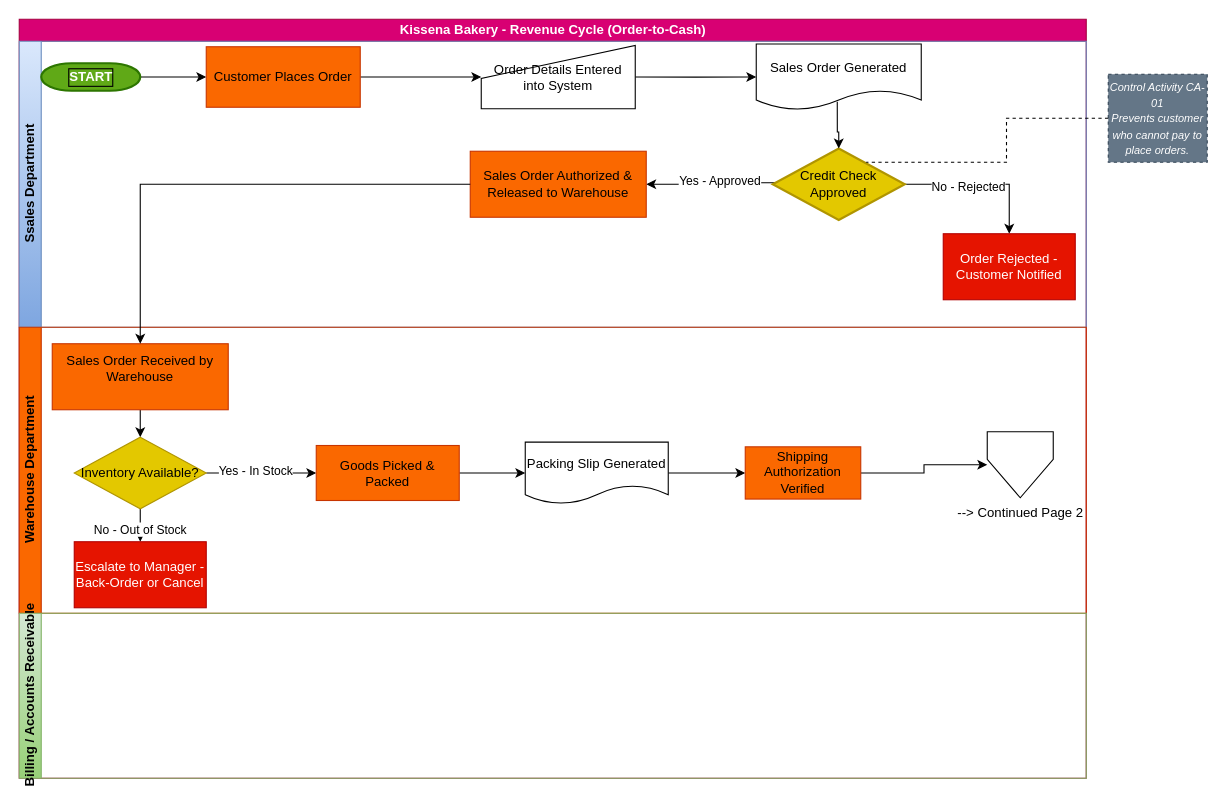
This is page "Page-1" (1 of 2) of Revenue_Cycle_Control.drawio from callefrankie227-beep/drawio, a draw.io file, before an edit. Source tidied: cells renumbered, new cells numbered last; positions are measured from the earlier drawing's top-left corner, leaving out a move shared by most shapes. Both pictures are drawn from the tidied source at 110%, with x=0, y=0 at pixel (19, 19).
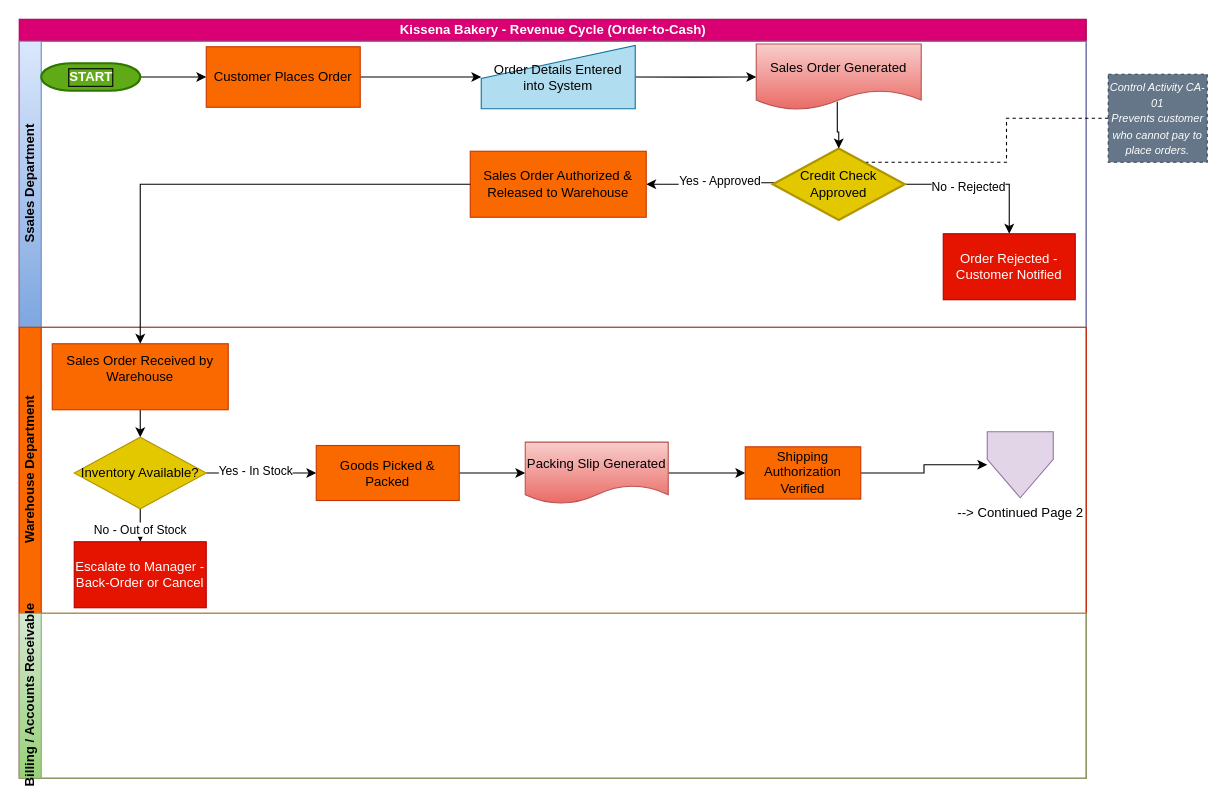
The same page after the edit.

Unchanged cells that the change refers to:
```xml
<mxCell id="3" value="Ssales Department" style="swimlane;startSize=20;horizontal=0;html=1;fillColor=#dae8fc;gradientColor=#7ea6e0;strokeColor=#6c8ebf;labelBorderColor=none;" parent="2" vertex="1">
  <mxGeometry y="20" width="970" height="260" as="geometry" />
</mxCell>
<mxCell id="19" value="Warehouse Department" style="swimlane;startSize=20;horizontal=0;html=1;fillColor=#fa6800;strokeColor=#C73500;fontColor=#000000;" parent="2" vertex="1">
  <mxGeometry y="280" width="970" height="260" as="geometry" />
</mxCell>
```

Diff of the diagram source:
```diff
@@
-    <mxCell id="8" value="Sales Order Generated" style="shape=document;whiteSpace=wrap;html=1;boundedLbl=1;" parent="3" vertex="1">
+    <mxCell id="8" value="Sales Order Generated" style="shape=document;whiteSpace=wrap;html=1;boundedLbl=1;fillColor=#f8cecc;strokeColor=#b85450;gradientColor=#ea6b66;" parent="3" vertex="1">
       <mxGeometry x="670" y="2.5" width="150" height="60" as="geometry" />
     </mxCell>
@@
-    <mxCell id="17" value="Order Details Entered into System" style="shape=manualInput;whiteSpace=wrap;html=1;" parent="3" vertex="1">
+    <mxCell id="17" value="Order Details Entered into System" style="shape=manualInput;whiteSpace=wrap;html=1;fillColor=#b1ddf0;strokeColor=#10739e;" parent="3" vertex="1">
       <mxGeometry x="420" y="3.8" width="140" height="57.5" as="geometry" />
     </mxCell>
@@
-    <mxCell id="31" value="Packing Slip Generated" style="shape=document;whiteSpace=wrap;html=1;boundedLbl=1;" parent="19" vertex="1">
+    <mxCell id="31" value="Packing Slip Generated" style="shape=document;whiteSpace=wrap;html=1;boundedLbl=1;fillColor=#f8cecc;gradientColor=#ea6b66;strokeColor=#b85450;" parent="19" vertex="1">
       <mxGeometry x="460" y="104.4" width="130" height="56.2" as="geometry" />
     </mxCell>
@@
-    <mxCell id="34" value="--&amp;gt; Continued Page 2" style="verticalLabelPosition=bottom;verticalAlign=top;html=1;shape=offPageConnector;rounded=0;size=0.5833333333333334;" parent="19" vertex="1">
+    <mxCell id="34" value="--&amp;gt; Continued Page 2" style="verticalLabelPosition=bottom;verticalAlign=top;html=1;shape=offPageConnector;rounded=0;size=0.5833333333333334;fillColor=#e1d5e7;strokeColor=#9673a6;" parent="19" vertex="1">
       <mxGeometry x="880" y="95" width="60" height="60" as="geometry" />
     </mxCell>
```
